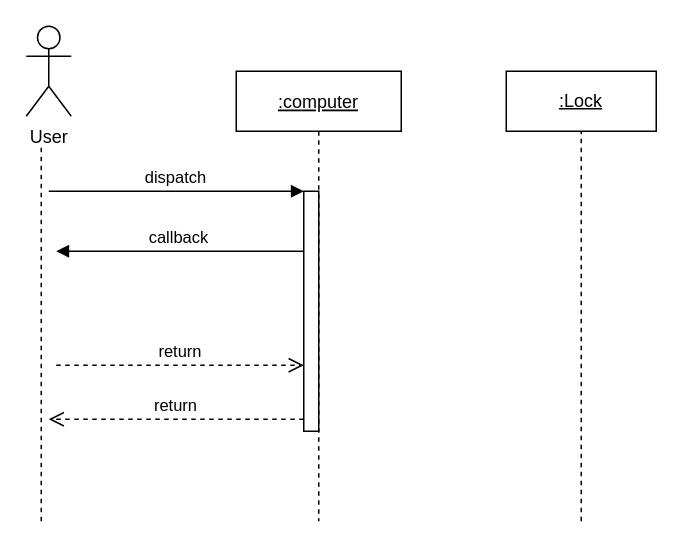
The draw.io diagram UML/SW ENG course/Untitled Diagram.drawio in DeveloperLauri/UML-charts-draw.io, before the edit. Source tidied: cells renumbered, new cells numbered last; positions are measured from the earlier drawing's top-left corner, leaving out a move shared by most shapes. Both pictures are drawn from the tidied source at 150%, with x=0, y=0 at pixel (26, 26).
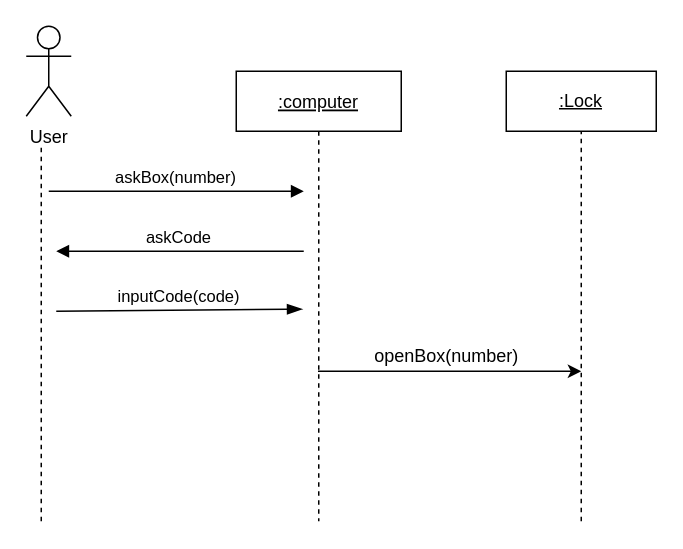
The same page after the edit.

What changed in the source:
```diff
@@
 <mxGraphModel>
   <root>
     <mxCell id="0" />
     <mxCell id="1" parent="0" />
     <mxCell id="2" value=":computer" style="shape=umlLifeline;perimeter=lifelinePerimeter;rounded=0;shadow=0;strokeWidth=1;fontStyle=4;" parent="1" vertex="1">
       <mxGeometry x="140" y="30" width="110" height="300" as="geometry" />
     </mxCell>
-    <mxCell id="3" style="points=[];perimeter=orthogonalPerimeter;rounded=0;shadow=0;strokeWidth=1;" parent="2" vertex="1">
-      <mxGeometry x="45" y="80" width="10" height="160" as="geometry" />
-    </mxCell>
-    <mxCell id="4" value="return" style="verticalAlign=bottom;endArrow=open;dashed=1;endSize=8;exitX=0;exitY=0.95;shadow=0;strokeWidth=1;" parent="1" edge="1" source="3">
-      <mxGeometry relative="1" as="geometry">
-        <mxPoint x="15" y="262" as="targetPoint" />
-      </mxGeometry>
-    </mxCell>
-    <mxCell id="5" value="dispatch" style="verticalAlign=bottom;endArrow=block;entryX=0;entryY=0;shadow=0;strokeWidth=1;" parent="1" edge="1" target="3">
+    <mxCell id="5" value="askBox(number)" style="verticalAlign=bottom;endArrow=block;entryX=0;entryY=0;shadow=0;strokeWidth=1;" parent="1" edge="1">
       <mxGeometry relative="1" as="geometry">
         <mxPoint x="15" y="110" as="sourcePoint" />
+        <mxPoint x="185" y="110" as="targetPoint" />
       </mxGeometry>
     </mxCell>
-    <mxCell id="6" value="callback" style="verticalAlign=bottom;endArrow=block;entryX=1;entryY=0;shadow=0;strokeWidth=1;" parent="1" edge="1" source="3">
+    <mxCell id="6" value="askCode" style="verticalAlign=bottom;endArrow=block;entryX=1;entryY=0;shadow=0;strokeWidth=1;" parent="1" edge="1">
       <mxGeometry relative="1" as="geometry">
+        <mxPoint x="185" y="150" as="sourcePoint" />
         <mxPoint x="20" y="150" as="targetPoint" />
       </mxGeometry>
     </mxCell>
-    <mxCell id="7" value="return" style="verticalAlign=bottom;endArrow=open;dashed=1;endSize=8;exitX=1;exitY=0.95;shadow=0;strokeWidth=1;" parent="1" edge="1" target="3">
+    <mxCell id="7" value="inputCode(code)" style="verticalAlign=bottom;endArrow=blockThin;endSize=8;shadow=0;strokeWidth=1;entryX=-0.066;entryY=0.491;entryDx=0;entryDy=0;entryPerimeter=0;endFill=1;" parent="1" edge="1">
       <mxGeometry relative="1" as="geometry">
-        <mxPoint x="20" y="226" as="sourcePoint" />
+        <mxPoint x="20" y="190" as="sourcePoint" />
+        <mxPoint x="184.3" y="188.6" as="targetPoint" />
       </mxGeometry>
     </mxCell>
     <mxCell id="8" style="endArrow=none;dashed=1;html=1;rounded=0;" parent="1" edge="1">
       <mxGeometry relative="1" as="geometry">
         <mxPoint x="10" y="330" as="sourcePoint" />
         <mxPoint x="10" y="80" as="targetPoint" />
       </mxGeometry>
     </mxCell>
     <mxCell id="9" value="User" style="shape=umlActor;verticalLabelPosition=bottom;verticalAlign=top;html=1;" parent="1" vertex="1">
       <mxGeometry width="30" height="60" as="geometry" />
     </mxCell>
     <mxCell id="10" value="&lt;u&gt;:Lock&lt;/u&gt;" style="rounded=0;whiteSpace=wrap;html=1;" parent="1" vertex="1">
       <mxGeometry x="320" y="30" width="100" height="40" as="geometry" />
     </mxCell>
     <mxCell id="11" style="endArrow=none;dashed=1;html=1;rounded=0;entryX=0.5;entryY=1;entryDx=0;entryDy=0;" parent="1" edge="1" target="10">
       <mxGeometry relative="1" as="geometry">
         <mxPoint x="370" y="330" as="sourcePoint" />
       </mxGeometry>
     </mxCell>
+    <mxCell id="12" style="endArrow=classic;html=1;rounded=0;" parent="1" edge="1" source="2">
+      <mxGeometry relative="1" as="geometry">
+        <mxPoint x="370" y="230" as="targetPoint" />
+      </mxGeometry>
+    </mxCell>
+    <mxCell id="13" value="openBox(number)" style="text;html=1;align=center;verticalAlign=middle;strokeColor=none;fillColor=none;" parent="1" vertex="1">
+      <mxGeometry x="220" y="205" width="120" height="30" as="geometry" />
+    </mxCell>
   </root>
 </mxGraphModel>
```
